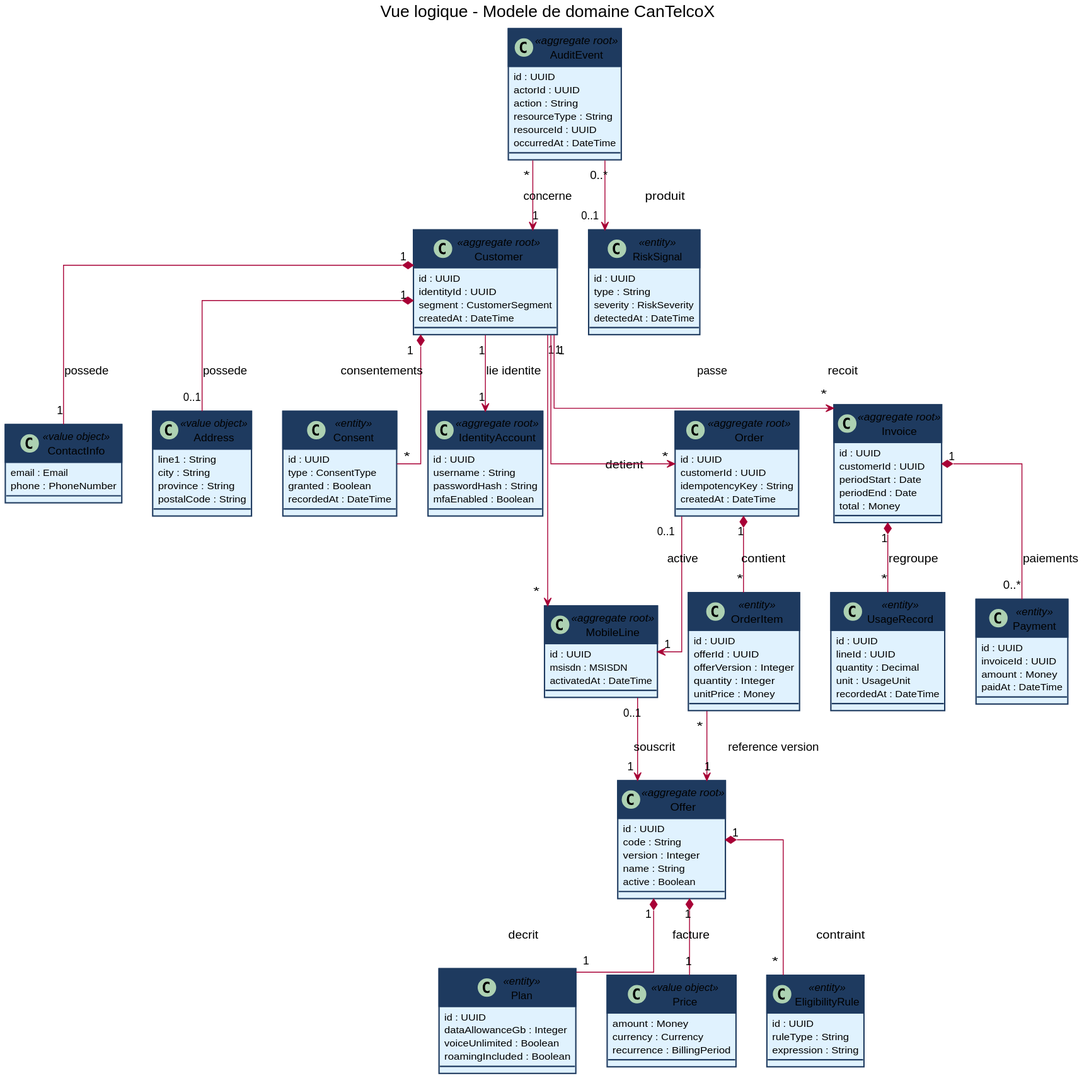
Earlier version of the PlantUML export docs/diagrams/plantuml/domain-model-5-3.svg (Amjad-Lekhdar/LOG430-cantelcox-api-gateway).
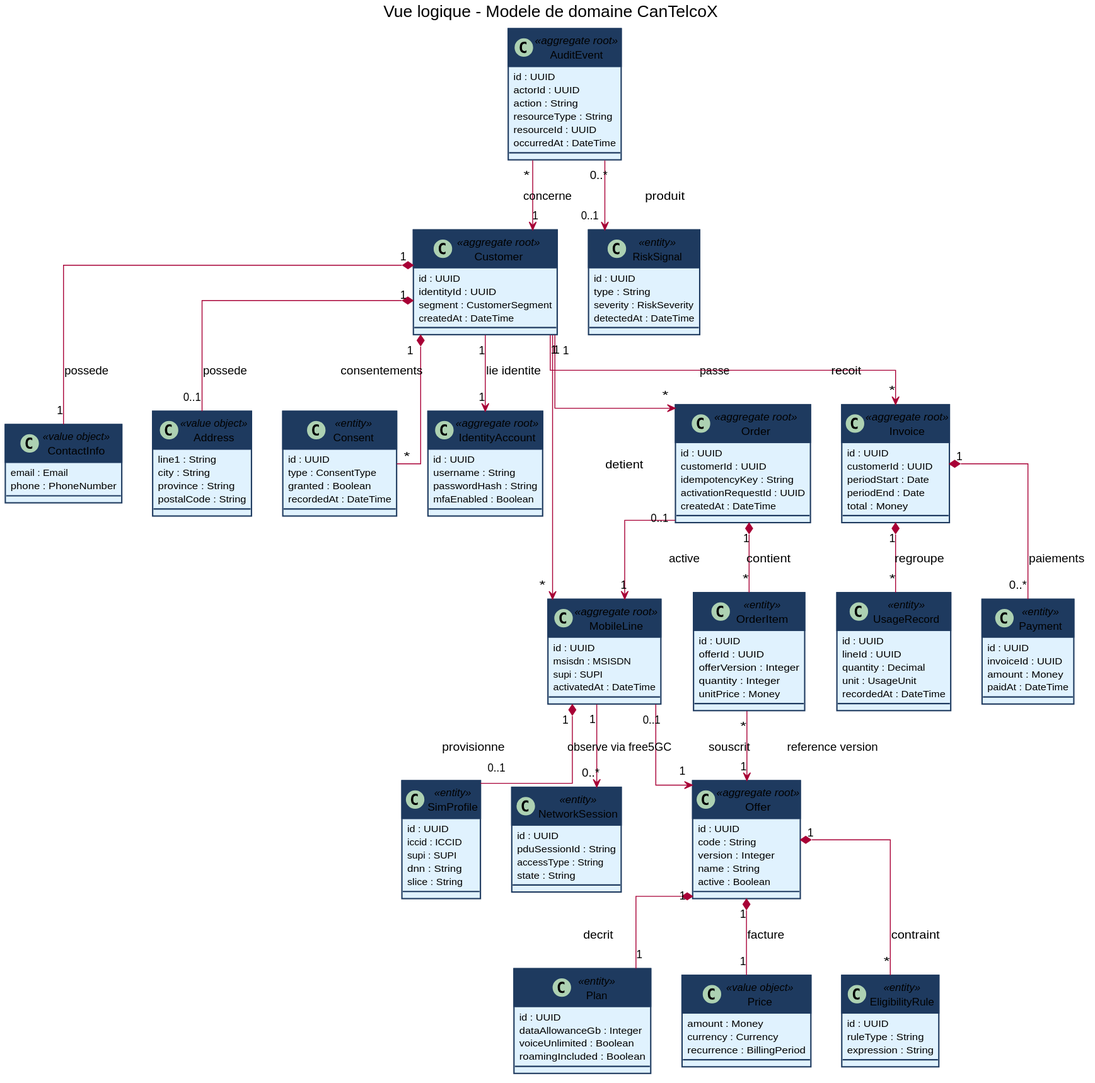
The same diagram one commit later.

What changed in the source:
```diff
@@ -54,7 +54,23 @@
 class MobileLine <<aggregate root>> {
   id : UUID
   msisdn : MSISDN
+  supi : SUPI
   activatedAt : DateTime
+}
+
+class SimProfile <<entity>> {
+  id : UUID
+  iccid : ICCID
+  supi : SUPI
+  dnn : String
+  slice : String
+}
+
+class NetworkSession <<entity>> {
+  id : UUID
+  pduSessionId : String
+  accessType : String
+  state : String
 }
 
 class Offer <<aggregate root>> {
@@ -88,6 +104,7 @@
   id : UUID
   customerId : UUID
   idempotencyKey : String
+  activationRequestId : UUID
   createdAt : DateTime
 }
 
@@ -147,6 +164,8 @@
 Customer "1" --> "*" Invoice : recoit
 
 MobileLine "0..1" --> "1" Offer : souscrit
+MobileLine "1" *-- "0..1" SimProfile : provisionne
+MobileLine "1" --> "0..*" NetworkSession : observe via free5GC
 Offer "1" *-- "1" Plan : decrit
 Offer "1" *-- "1" Price : facture
 Offer "1" *-- "*" EligibilityRule : contraint
```
